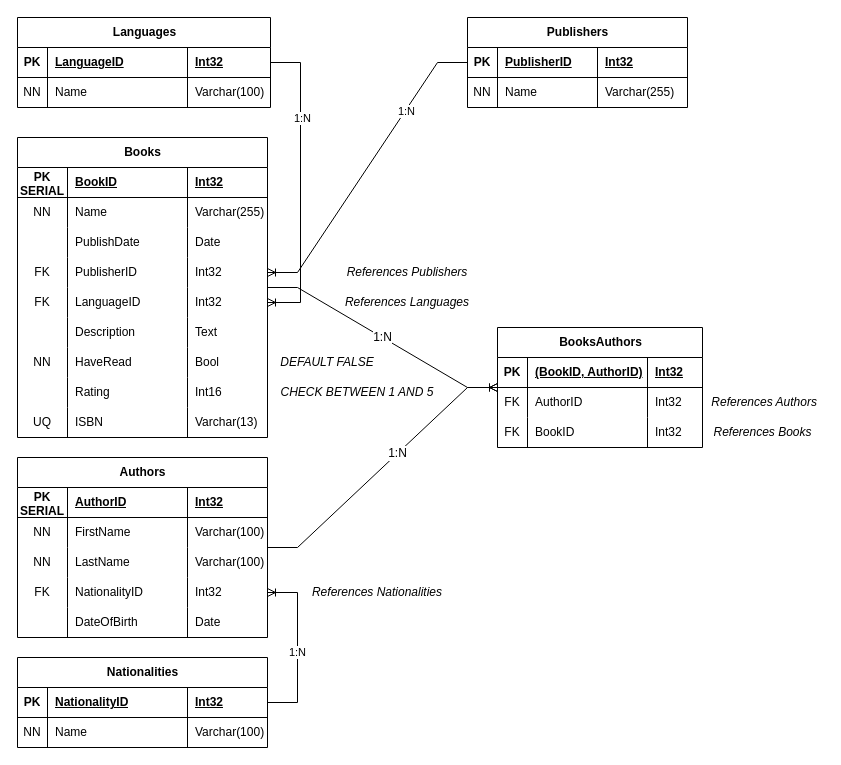
MatyasBalcar/elektlabs-staz keeps this draw.io diagram as navrhy/DB navrh - elektlabs.drawio. Above is the earlier version. Source tidied: cells renumbered, new cells numbered last; positions are measured from the earlier drawing's top-left corner, leaving out a move shared by most shapes. Both pictures are drawn from the tidied source at 100%, with x=0, y=0 at pixel (17, 17).
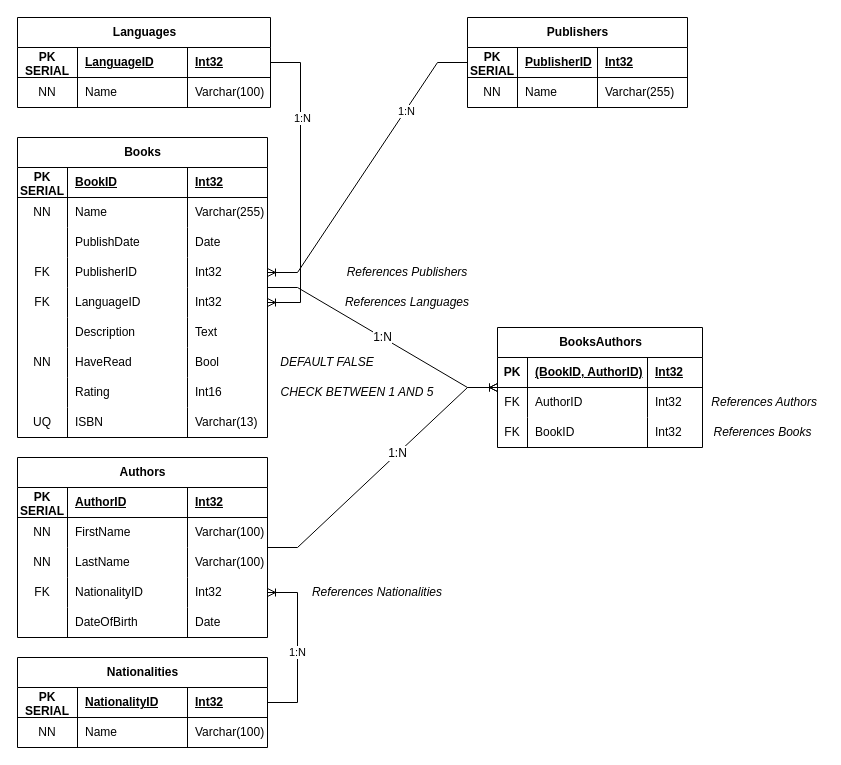
Above is the later version.

Commit message (it also covers changes not shown here):
add serial to publishers, languages and nationalities

Unchanged cells that the change refers to:
```xml
<mxCell id="79" style="shape=tableRow;horizontal=0;startSize=0;swimlaneHead=0;swimlaneBody=0;fillColor=none;top=0;left=0;right=0;bottom=1;" parent="78" vertex="1">
  <mxGeometry y="30" width="253" height="30" as="geometry" />
</mxCell>
<mxCell id="83" style="shape=tableRow;horizontal=0;startSize=0;swimlaneHead=0;swimlaneBody=0;fillColor=none;top=0;left=0;right=0;bottom=0;" parent="78" vertex="1">
  <mxGeometry y="60" width="253" height="30" as="geometry" />
</mxCell>
<mxCell id="88" style="shape=tableRow;horizontal=0;startSize=0;swimlaneHead=0;swimlaneBody=0;fillColor=none;top=0;left=0;right=0;bottom=1;" parent="87" vertex="1">
  <mxGeometry y="30" width="250" height="30" as="geometry" />
</mxCell>
<mxCell id="92" style="shape=tableRow;horizontal=0;startSize=0;swimlaneHead=0;swimlaneBody=0;fillColor=none;top=0;left=0;right=0;bottom=0;" parent="87" vertex="1">
  <mxGeometry y="60" width="250" height="30" as="geometry" />
</mxCell>
<mxCell id="99" style="shape=tableRow;horizontal=0;startSize=0;swimlaneHead=0;swimlaneBody=0;fillColor=none;top=0;left=0;right=0;bottom=1;" parent="98" vertex="1">
  <mxGeometry y="30" width="220" height="30" as="geometry" />
</mxCell>
<mxCell id="103" style="shape=tableRow;horizontal=0;startSize=0;swimlaneHead=0;swimlaneBody=0;fillColor=none;top=0;left=0;right=0;bottom=0;" parent="98" vertex="1">
  <mxGeometry y="60" width="220" height="30" as="geometry" />
</mxCell>
```

Change to the diagram source:
```diff
@@
-    <mxCell id="80" value="PK" style="shape=partialRectangle;fillColor=none;top=0;left=0;bottom=0;right=0;fontStyle=1;overflow=hidden;whiteSpace=wrap;html=1;" parent="79" vertex="1">
-      <mxGeometry width="30" height="30" as="geometry" />
+    <mxCell id="80" value="PK&lt;div&gt;SERIAL&lt;/div&gt;" style="shape=partialRectangle;fillColor=none;top=0;left=0;bottom=0;right=0;fontStyle=1;overflow=hidden;whiteSpace=wrap;html=1;" parent="79" vertex="1">
+      <mxGeometry width="60" height="30" as="geometry" />
     </mxCell>
     <mxCell id="81" value="LanguageID" style="shape=partialRectangle;fillColor=none;top=0;left=0;bottom=0;right=0;align=left;spacingLeft=6;fontStyle=5;overflow=hidden;whiteSpace=wrap;html=1;" parent="79" vertex="1">
-      <mxGeometry x="30" width="140" height="30" as="geometry" />
+      <mxGeometry x="60" width="110" height="30" as="geometry" />
     </mxCell>
@@
     <mxCell id="84" value="NN" style="shape=partialRectangle;fillColor=none;top=0;left=0;bottom=0;right=0;overflow=hidden;whiteSpace=wrap;html=1;" parent="83" vertex="1">
-      <mxGeometry width="30" height="30" as="geometry" />
+      <mxGeometry width="60" height="30" as="geometry" />
     </mxCell>
     <mxCell id="85" value="Name" style="shape=partialRectangle;fillColor=none;top=0;left=0;bottom=0;right=0;align=left;spacingLeft=6;overflow=hidden;whiteSpace=wrap;html=1;" parent="83" vertex="1">
-      <mxGeometry x="30" width="140" height="30" as="geometry" />
+      <mxGeometry x="60" width="110" height="30" as="geometry" />
     </mxCell>
@@
-    <mxCell id="89" value="PK" style="shape=partialRectangle;fillColor=none;top=0;left=0;bottom=0;right=0;fontStyle=1;overflow=hidden;whiteSpace=wrap;html=1;" parent="88" vertex="1">
-      <mxGeometry width="30" height="30" as="geometry" />
+    <mxCell id="89" value="PK&lt;br&gt;SERIAL" style="shape=partialRectangle;fillColor=none;top=0;left=0;bottom=0;right=0;fontStyle=1;overflow=hidden;whiteSpace=wrap;html=1;" parent="88" vertex="1">
+      <mxGeometry width="60" height="30" as="geometry" />
     </mxCell>
     <mxCell id="90" value="NationalityID" style="shape=partialRectangle;fillColor=none;top=0;left=0;bottom=0;right=0;align=left;spacingLeft=6;fontStyle=5;overflow=hidden;whiteSpace=wrap;html=1;" parent="88" vertex="1">
-      <mxGeometry x="30" width="140" height="30" as="geometry" />
+      <mxGeometry x="60" width="110" height="30" as="geometry" />
     </mxCell>
@@
     <mxCell id="93" value="NN" style="shape=partialRectangle;fillColor=none;top=0;left=0;bottom=0;right=0;overflow=hidden;whiteSpace=wrap;html=1;" parent="92" vertex="1">
-      <mxGeometry width="30" height="30" as="geometry" />
+      <mxGeometry width="60" height="30" as="geometry" />
     </mxCell>
     <mxCell id="94" value="Name" style="shape=partialRectangle;fillColor=none;top=0;left=0;bottom=0;right=0;align=left;spacingLeft=6;overflow=hidden;whiteSpace=wrap;html=1;" parent="92" vertex="1">
-      <mxGeometry x="30" width="140" height="30" as="geometry" />
+      <mxGeometry x="60" width="110" height="30" as="geometry" />
     </mxCell>
@@
-    <mxCell id="100" value="PK" style="shape=partialRectangle;fillColor=none;top=0;left=0;bottom=0;right=0;fontStyle=1;overflow=hidden;whiteSpace=wrap;html=1;" parent="99" vertex="1">
-      <mxGeometry width="30" height="30" as="geometry" />
+    <mxCell id="100" value="PK&lt;div&gt;SERIAL&lt;/div&gt;" style="shape=partialRectangle;fillColor=none;top=0;left=0;bottom=0;right=0;fontStyle=1;overflow=hidden;whiteSpace=wrap;html=1;" parent="99" vertex="1">
+      <mxGeometry width="50" height="30" as="geometry" />
     </mxCell>
     <mxCell id="101" value="PublisherID" style="shape=partialRectangle;fillColor=none;top=0;left=0;bottom=0;right=0;align=left;spacingLeft=6;fontStyle=5;overflow=hidden;whiteSpace=wrap;html=1;" parent="99" vertex="1">
-      <mxGeometry x="30" width="100" height="30" as="geometry" />
+      <mxGeometry x="50" width="80" height="30" as="geometry" />
     </mxCell>
@@
     <mxCell id="104" value="NN" style="shape=partialRectangle;fillColor=none;top=0;left=0;bottom=0;right=0;overflow=hidden;whiteSpace=wrap;html=1;" parent="103" vertex="1">
-      <mxGeometry width="30" height="30" as="geometry" />
+      <mxGeometry width="50" height="30" as="geometry" />
     </mxCell>
     <mxCell id="105" value="Name" style="shape=partialRectangle;fillColor=none;top=0;left=0;bottom=0;right=0;align=left;spacingLeft=6;overflow=hidden;whiteSpace=wrap;html=1;" parent="103" vertex="1">
-      <mxGeometry x="30" width="100" height="30" as="geometry" />
+      <mxGeometry x="50" width="80" height="30" as="geometry" />
     </mxCell>
```
